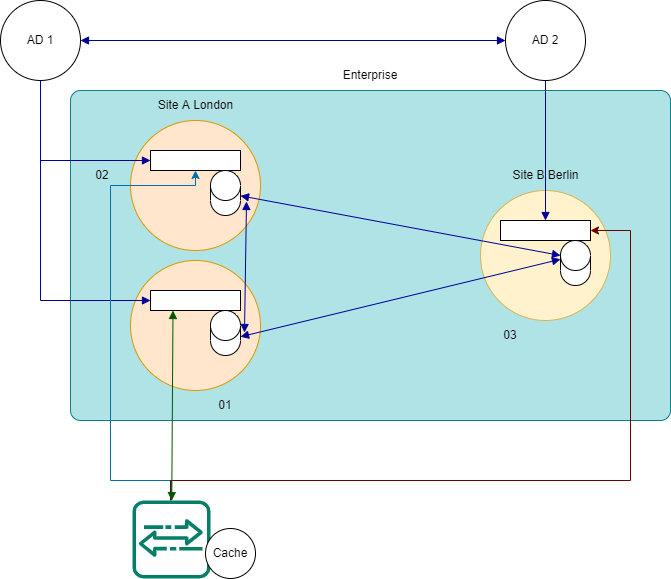
The draw.io diagram images/Imprivata.drawio.png in Radriverron/radriverron.github.io, before a commit. Source tidied: cells renumbered, new cells last; positions are measured from the earlier drawing's top-left corner, leaving out a move shared by most shapes.
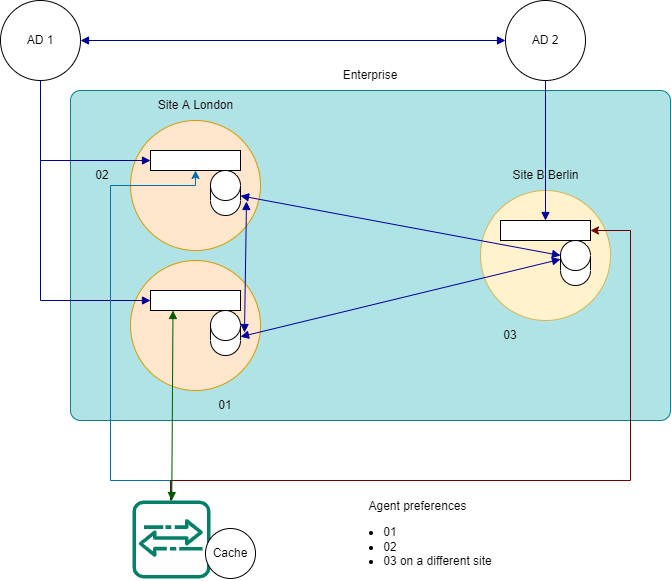
After the commit.

The edit, as a diff of the source:
```diff
@@ -110,5 +110,8 @@
     <mxCell id="31" value="AD 2" style="ellipse;whiteSpace=wrap;html=1;" parent="1" vertex="1">
       <mxGeometry x="505" width="80" height="80" as="geometry" />
     </mxCell>
+    <mxCell id="32" value="Agent preferences&lt;br&gt;&lt;ul&gt;&lt;li style=&quot;text-align: left&quot;&gt;01&lt;/li&gt;&lt;li style=&quot;text-align: left&quot;&gt;02&lt;/li&gt;&lt;li style=&quot;text-align: left&quot;&gt;03 on a different site&lt;/li&gt;&lt;/ul&gt;" style="text;html=1;strokeColor=none;fillColor=none;align=center;verticalAlign=middle;whiteSpace=wrap;rounded=0;" parent="1" vertex="1">
+      <mxGeometry x="335" y="524" width="165" height="30" as="geometry" />
+    </mxCell>
   </root>
 </mxGraphModel>
```
